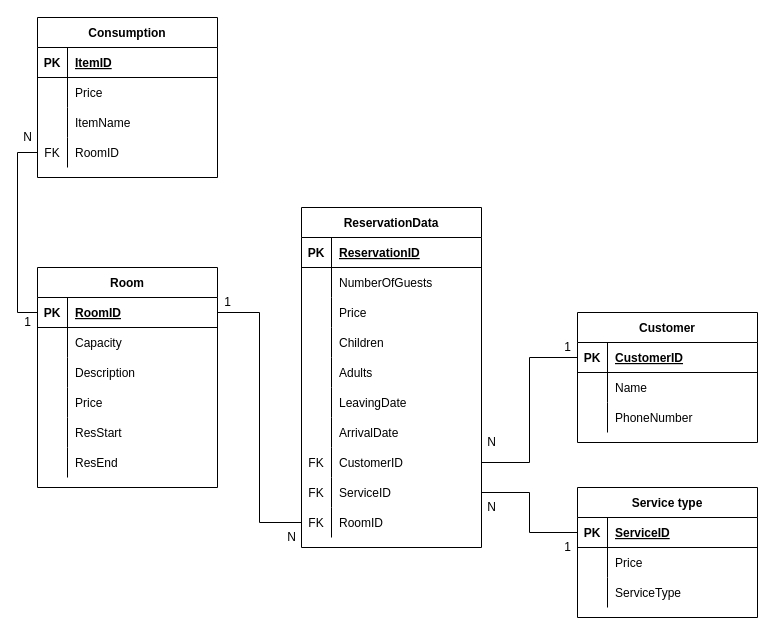
Above: SQL/Modellek/Relációs modell.drawio in vassko02/OKJ-vizsgaprojekt (draw.io), before the change. Source tidied: cells renumbered, new cells numbered last; positions are measured from the earlier drawing's top-left corner, leaving out a move shared by most shapes. Both pictures are drawn from the tidied source at 100%, with x=0, y=0 at pixel (17, 17).
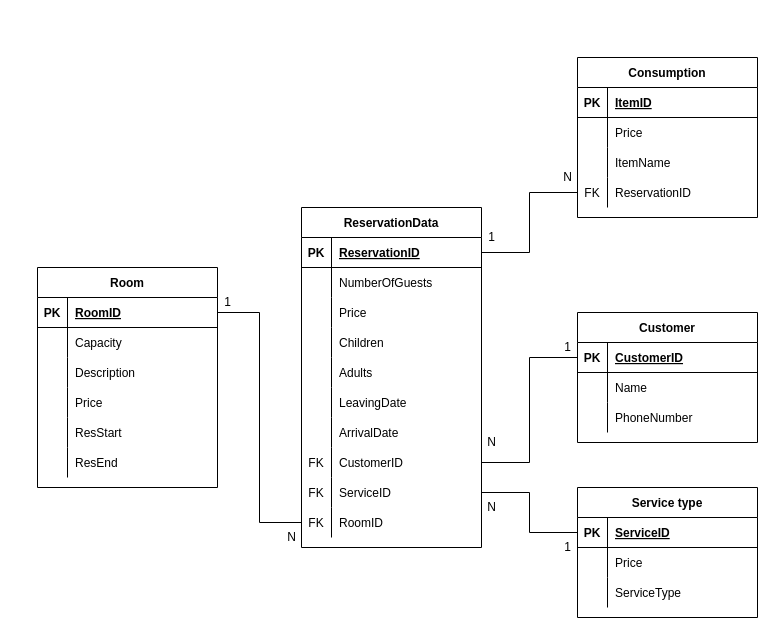
After the change.

Commit message:
Adatbázis modell v1.5 (editable)

The change refers to these unchanged cells:
```xml
<mxCell id="12" style="shape=partialRectangle;fillColor=none;top=0;left=0;bottom=0;right=0;points=[[0,0.5],[1,0.5]];portConstraint=eastwest;" parent="2" vertex="1">
  <mxGeometry y="120" width="180" height="30" as="geometry" />
</mxCell>
<mxCell id="26" style="shape=partialRectangle;fillColor=none;top=0;left=0;bottom=1;right=0;points=[[0,0.5],[1,0.5]];portConstraint=eastwest;" parent="25" vertex="1">
  <mxGeometry y="30" width="180" height="30" as="geometry" />
</mxCell>
<mxCell id="45" style="shape=partialRectangle;fillColor=none;top=0;left=0;bottom=1;right=0;points=[[0,0.5],[1,0.5]];portConstraint=eastwest;" parent="44" vertex="1">
  <mxGeometry y="30" width="180" height="30" as="geometry" />
</mxCell>
```

Diff of the diagram source:
```diff
@@
     <mxCell id="2" value="Consumption" style="shape=table;startSize=30;childLayout=tableLayout;rowLines=0;fontStyle=1;align=center;" parent="1" vertex="1">
-      <mxGeometry x="20" width="180" height="160" as="geometry" />
+      <mxGeometry x="560" y="40" width="180" height="160" as="geometry" />
     </mxCell>
@@
-    <mxCell id="14" value="RoomID" style="shape=partialRectangle;fillColor=none;top=0;left=0;bottom=0;right=0;align=left;spacingLeft=6;overflow=hidden;" parent="12" vertex="1">
+    <mxCell id="14" value="ReservationID" style="shape=partialRectangle;fillColor=none;top=0;left=0;bottom=0;right=0;align=left;spacingLeft=6;overflow=hidden;" parent="12" vertex="1">
       <mxGeometry x="30" width="150" height="30" as="geometry" />
     </mxCell>
@@
-    <mxCell id="92" style="edgeStyle=orthogonalEdgeStyle;rounded=0;jettySize=auto;html=1;exitX=0;exitY=0.5;exitDx=0;exitDy=0;entryX=0;entryY=0.5;entryDx=0;entryDy=0;endArrow=none;endFill=0;" parent="1" edge="1" source="12" target="26">
-      <mxGeometry relative="1" as="geometry" />
-    </mxCell>
@@
+    <mxCell id="96" value="N" style="text;html=1;align=center;verticalAlign=middle;strokeColor=none;fillColor=none;" parent="1" vertex="1">
+      <mxGeometry x="540" y="150" width="20" height="20" as="geometry" />
+    </mxCell>
+    <mxCell id="97" style="edgeStyle=orthogonalEdgeStyle;rounded=0;jettySize=auto;html=1;exitX=1;exitY=0.5;exitDx=0;exitDy=0;entryX=0;entryY=0.5;entryDx=0;entryDy=0;endArrow=none;endFill=0;" parent="1" edge="1" source="45" target="12">
+      <mxGeometry relative="1" as="geometry" />
+    </mxCell>
     <mxCell id="95" value="1" style="text;html=1;align=center;verticalAlign=middle;strokeColor=none;fillColor=none;" parent="1" vertex="1">
-      <mxGeometry y="295" width="20" height="20" as="geometry" />
+      <mxGeometry x="464" y="210" width="20" height="20" as="geometry" />
     </mxCell>
-    <mxCell id="96" value="N" style="text;html=1;align=center;verticalAlign=middle;strokeColor=none;fillColor=none;" parent="1" vertex="1">
-      <mxGeometry y="110" width="20" height="20" as="geometry" />
-    </mxCell>
```
